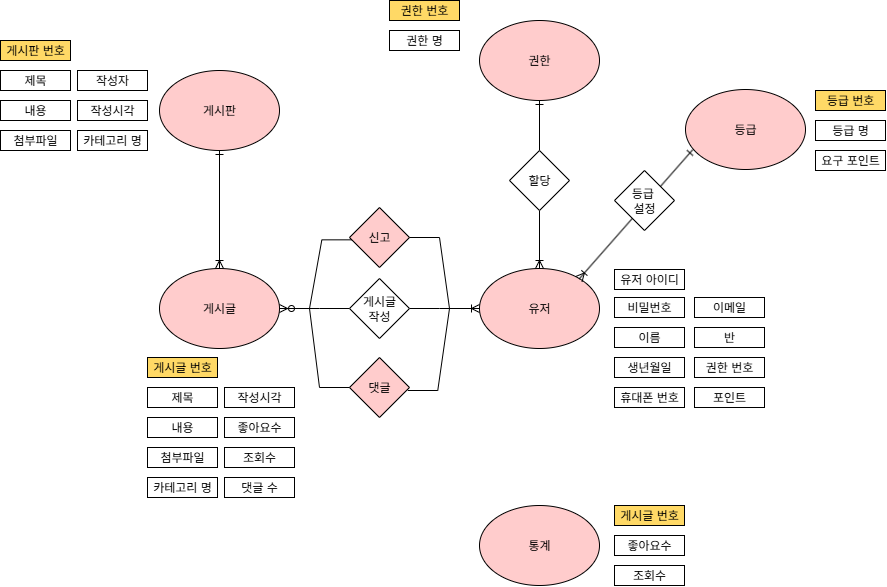
This is JSP게시판프로젝트/ERD/개념적모델링.drawio.png from DarkLight0418/Chunjae_IT_BootCamp, a draw.io export, as it was before one commit. Source tidied: cells renumbered, new cells last; positions are measured from the earlier drawing's top-left corner, leaving out a move shared by most shapes.
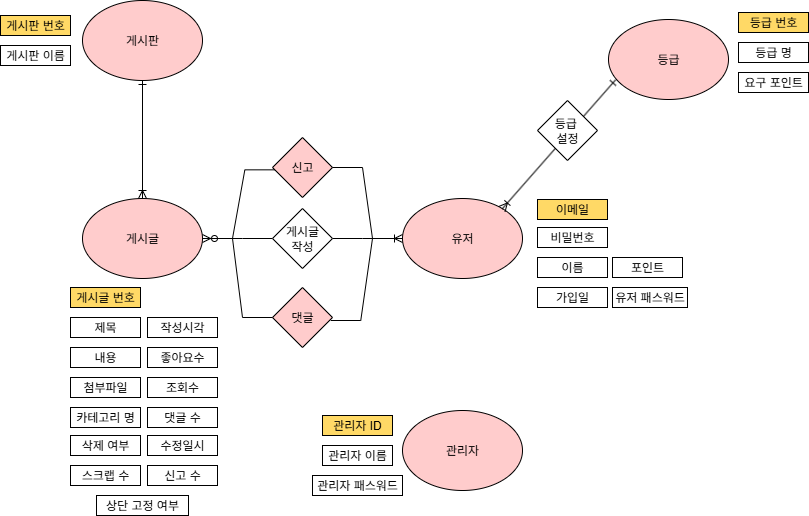
Above is the later version.

Change to the diagram source:
```diff
@@ -3,64 +3,43 @@
     <mxCell id="0" />
     <mxCell id="1" parent="0" />
     <mxCell id="2" value="등급 번호" style="rounded=0;whiteSpace=wrap;html=1;fillColor=#FFD966;" parent="1" vertex="1">
-      <mxGeometry x="815" y="90" width="70" height="20" as="geometry" />
+      <mxGeometry x="815" y="82" width="70" height="20" as="geometry" />
     </mxCell>
     <mxCell id="3" value="등급 명" style="rounded=0;whiteSpace=wrap;html=1;" parent="1" vertex="1">
-      <mxGeometry x="815" y="120" width="70" height="20" as="geometry" />
+      <mxGeometry x="815" y="112" width="70" height="20" as="geometry" />
     </mxCell>
     <mxCell id="4" value="요구 포인트" style="rounded=0;whiteSpace=wrap;html=1;" parent="1" vertex="1">
-      <mxGeometry x="815" y="150" width="70" height="20" as="geometry" />
+      <mxGeometry x="815" y="142" width="70" height="20" as="geometry" />
     </mxCell>
     <mxCell id="5" value="등급" style="ellipse;whiteSpace=wrap;html=1;fillColor=#FFCCCC;" parent="1" vertex="1">
       <mxGeometry x="685" y="89" width="120" height="80" as="geometry" />
     </mxCell>
-    <mxCell id="6" value="작성자" style="rounded=0;whiteSpace=wrap;html=1;" parent="1" vertex="1">
-      <mxGeometry x="77" y="70" width="70" height="20" as="geometry" />
-    </mxCell>
     <mxCell id="7" value="게시판" style="ellipse;whiteSpace=wrap;html=1;fillColor=#FFCCCC;" parent="1" vertex="1">
       <mxGeometry x="159" y="70" width="120" height="80" as="geometry" />
     </mxCell>
-    <mxCell id="8" value="제목" style="rounded=0;whiteSpace=wrap;html=1;" parent="1" vertex="1">
-      <mxGeometry y="70" width="70" height="20" as="geometry" />
+    <mxCell id="8" value="게시판 이름" style="rounded=0;whiteSpace=wrap;html=1;" parent="1" vertex="1">
+      <mxGeometry x="77" y="115" width="70" height="20" as="geometry" />
     </mxCell>
-    <mxCell id="9" value="내용" style="rounded=0;whiteSpace=wrap;html=1;" parent="1" vertex="1">
-      <mxGeometry y="100" width="70" height="20" as="geometry" />
-    </mxCell>
-    <mxCell id="10" value="작성시각" style="rounded=0;whiteSpace=wrap;html=1;" parent="1" vertex="1">
-      <mxGeometry x="77" y="100" width="70" height="20" as="geometry" />
-    </mxCell>
-    <mxCell id="11" value="카테고리 명" style="rounded=0;whiteSpace=wrap;html=1;" parent="1" vertex="1">
-      <mxGeometry x="77" y="130" width="70" height="20" as="geometry" />
-    </mxCell>
-    <mxCell id="12" value="첨부파일" style="rounded=0;whiteSpace=wrap;html=1;" parent="1" vertex="1">
-      <mxGeometry y="130" width="70" height="20" as="geometry" />
-    </mxCell>
     <mxCell id="13" value="게시판 번호" style="rounded=0;whiteSpace=wrap;html=1;fillColor=#FFD966;" parent="1" vertex="1">
-      <mxGeometry y="40" width="70" height="20" as="geometry" />
+      <mxGeometry x="77" y="85" width="70" height="20" as="geometry" />
     </mxCell>
     <mxCell id="14" value="유저" style="ellipse;whiteSpace=wrap;html=1;fillColor=#FFCCCC;" parent="1" vertex="1">
       <mxGeometry x="479" y="268" width="120" height="80" as="geometry" />
     </mxCell>
-    <mxCell id="15" value="유저 아이디" style="rounded=0;whiteSpace=wrap;html=1;" parent="1" vertex="1">
+    <mxCell id="15" value="이메일" style="rounded=0;whiteSpace=wrap;html=1;fillColor=#FFD966;" parent="1" vertex="1">
       <mxGeometry x="614" y="269" width="70" height="20" as="geometry" />
     </mxCell>
     <mxCell id="16" value="비밀번호" style="rounded=0;whiteSpace=wrap;html=1;" parent="1" vertex="1">
       <mxGeometry x="614" y="297" width="70" height="20" as="geometry" />
     </mxCell>
-    <mxCell id="17" value="생년월일" style="rounded=0;whiteSpace=wrap;html=1;" parent="1" vertex="1">
-      <mxGeometry x="614" y="357" width="70" height="20" as="geometry" />
+    <mxCell id="17" value="유저 패스워드" style="rounded=0;whiteSpace=wrap;html=1;" parent="1" vertex="1">
+      <mxGeometry x="689" y="357" width="75" height="20" as="geometry" />
     </mxCell>
-    <mxCell id="18" value="휴대폰 번호" style="rounded=0;whiteSpace=wrap;html=1;" parent="1" vertex="1">
-      <mxGeometry x="614" y="387" width="70" height="20" as="geometry" />
+    <mxCell id="18" value="가입일" style="rounded=0;whiteSpace=wrap;html=1;" parent="1" vertex="1">
+      <mxGeometry x="614" y="357" width="70" height="20" as="geometry" />
     </mxCell>
-    <mxCell id="19" value="권한 번호" style="rounded=0;whiteSpace=wrap;html=1;" parent="1" vertex="1">
-      <mxGeometry x="694" y="357" width="70" height="20" as="geometry" />
-    </mxCell>
-    <mxCell id="20" value="이메일" style="rounded=0;whiteSpace=wrap;html=1;" parent="1" vertex="1">
-      <mxGeometry x="694" y="297" width="70" height="20" as="geometry" />
-    </mxCell>
     <mxCell id="21" value="포인트" style="rounded=0;whiteSpace=wrap;html=1;" parent="1" vertex="1">
-      <mxGeometry x="694" y="387" width="70" height="20" as="geometry" />
+      <mxGeometry x="689" y="327" width="70" height="20" as="geometry" />
     </mxCell>
     <mxCell id="22" value="게시글 번호" style="rounded=0;whiteSpace=wrap;html=1;fillColor=#FFD966;" parent="1" vertex="1">
       <mxGeometry x="147" y="357" width="70" height="20" as="geometry" />
@@ -95,14 +74,14 @@
     <mxCell id="32" style="edgeStyle=entityRelationEdgeStyle;fontSize=12;html=1;endArrow=ERoneToMany;startArrow=none;rounded=0;entryX=0;entryY=0.5;entryDx=0;entryDy=0;startFill=0;" parent="1" edge="1" source="37" target="14">
       <mxGeometry relative="1" as="geometry" />
     </mxCell>
-    <mxCell id="33" value="권한" style="ellipse;whiteSpace=wrap;html=1;fillColor=#FFCCCC;" parent="1" vertex="1">
-      <mxGeometry x="479" y="20" width="120" height="80" as="geometry" />
+    <mxCell id="33" value="관리자" style="ellipse;whiteSpace=wrap;html=1;fillColor=#FFCCCC;" parent="1" vertex="1">
+      <mxGeometry x="479" y="480" width="120" height="80" as="geometry" />
     </mxCell>
-    <mxCell id="34" value="권한 번호" style="rounded=0;whiteSpace=wrap;html=1;fillColor=#FFD966;" parent="1" vertex="1">
-      <mxGeometry x="389" width="70" height="20" as="geometry" />
+    <mxCell id="34" value="관리자 ID" style="rounded=0;whiteSpace=wrap;html=1;fillColor=#FFD966;" parent="1" vertex="1">
+      <mxGeometry x="399" y="485" width="70" height="20" as="geometry" />
     </mxCell>
-    <mxCell id="35" value="권한 명" style="rounded=0;whiteSpace=wrap;html=1;" parent="1" vertex="1">
-      <mxGeometry x="389" y="30" width="70" height="20" as="geometry" />
+    <mxCell id="35" value="관리자 이름" style="rounded=0;whiteSpace=wrap;html=1;" parent="1" vertex="1">
+      <mxGeometry x="399" y="515" width="70" height="20" as="geometry" />
     </mxCell>
     <mxCell id="36" style="edgeStyle=entityRelationEdgeStyle;fontSize=12;html=1;endArrow=none;startArrow=ERzeroToMany;rounded=0;endFill=0;" parent="1" edge="1" source="31" target="37">
       <mxGeometry relative="1" as="geometry" />
@@ -116,15 +95,6 @@
     <mxCell id="39" value="댓글" style="rhombus;whiteSpace=wrap;html=1;fillColor=#FFCCCC;" parent="1" vertex="1">
       <mxGeometry x="349" y="357" width="60" height="60" as="geometry" />
     </mxCell>
-    <mxCell id="40" style="fontSize=12;html=1;endArrow=ERone;startArrow=none;rounded=0;endFill=0;startFill=0;" parent="1" edge="1" source="42" target="33">
-      <mxGeometry relative="1" as="geometry" />
-    </mxCell>
-    <mxCell id="41" style="fontSize=12;html=1;endArrow=none;startArrow=ERoneToMany;rounded=0;endFill=0;startFill=0;exitX=0.5;exitY=0;exitDx=0;exitDy=0;" parent="1" edge="1" source="14" target="42">
-      <mxGeometry relative="1" as="geometry" />
-    </mxCell>
-    <mxCell id="42" value="할당" style="rhombus;whiteSpace=wrap;html=1;direction=south;" parent="1" vertex="1">
-      <mxGeometry x="509" y="150" width="60" height="60" as="geometry" />
-    </mxCell>
     <mxCell id="43" style="fontSize=12;html=1;endArrow=ERone;endFill=0;rounded=0;startArrow=ERoneToMany;startFill=0;entryX=0.059;entryY=0.755;entryDx=0;entryDy=0;entryPerimeter=0;exitX=0.83;exitY=0.131;exitDx=0;exitDy=0;exitPerimeter=0;" parent="1" edge="1" source="14" target="5">
       <mxGeometry relative="1" as="geometry" />
     </mxCell>
@@ -134,9 +104,6 @@
     <mxCell id="45" value="이름" style="rounded=0;whiteSpace=wrap;html=1;" parent="1" vertex="1">
       <mxGeometry x="614" y="327" width="70" height="20" as="geometry" />
     </mxCell>
-    <mxCell id="46" value="반" style="rounded=0;whiteSpace=wrap;html=1;" parent="1" vertex="1">
-      <mxGeometry x="694" y="327" width="70" height="20" as="geometry" />
-    </mxCell>
     <mxCell id="47" style="fontSize=12;html=1;endArrow=ERone;endFill=0;rounded=0;startArrow=ERoneToMany;startFill=0;" parent="1" edge="1" source="31" target="7">
       <mxGeometry relative="1" as="geometry" />
     </mxCell>
@@ -154,17 +121,23 @@
     <mxCell id="51" style="edgeStyle=entityRelationEdgeStyle;fontSize=12;html=1;endArrow=none;endFill=0;rounded=0;" parent="1" edge="1" source="31" target="39">
       <mxGeometry relative="1" as="geometry" />
     </mxCell>
-    <mxCell id="52" value="통계" style="ellipse;whiteSpace=wrap;html=1;fillColor=#FFCCCC;" parent="1" vertex="1">
-      <mxGeometry x="479" y="505" width="120" height="80" as="geometry" />
-    </mxCell>
-    <mxCell id="53" value="게시글 번호" style="rounded=0;whiteSpace=wrap;html=1;fillColor=#FFD966;" parent="1" vertex="1">
-      <mxGeometry x="614" y="505" width="70" height="20" as="geometry" />
-    </mxCell>
-    <mxCell id="54" value="좋아요수" style="rounded=0;whiteSpace=wrap;html=1;" parent="1" vertex="1">
-      <mxGeometry x="614" y="535" width="70" height="20" as="geometry" />
-    </mxCell>
-    <mxCell id="55" value="조회수" style="rounded=0;whiteSpace=wrap;html=1;" parent="1" vertex="1">
-      <mxGeometry x="614" y="565" width="70" height="20" as="geometry" />
-    </mxCell>
+    <mxCell id="56" value="삭제 여부" style="rounded=0;whiteSpace=wrap;html=1;" parent="1" vertex="1">
+      <mxGeometry x="147" y="505" width="70" height="20" as="geometry" />
+    </mxCell>
+    <mxCell id="57" value="수정일시" style="rounded=0;whiteSpace=wrap;html=1;" parent="1" vertex="1">
+      <mxGeometry x="224" y="505" width="70" height="20" as="geometry" />
+    </mxCell>
+    <mxCell id="58" value="스크랩 수" style="rounded=0;whiteSpace=wrap;html=1;" parent="1" vertex="1">
+      <mxGeometry x="147" y="535" width="70" height="20" as="geometry" />
+    </mxCell>
+    <mxCell id="59" value="신고 수" style="rounded=0;whiteSpace=wrap;html=1;" parent="1" vertex="1">
+      <mxGeometry x="224" y="535" width="70" height="20" as="geometry" />
+    </mxCell>
+    <mxCell id="60" value="상단 고정 여부" style="rounded=0;whiteSpace=wrap;html=1;" parent="1" vertex="1">
+      <mxGeometry x="173" y="565" width="92" height="20" as="geometry" />
+    </mxCell>
+    <mxCell id="61" value="관리자 패스워드" style="rounded=0;whiteSpace=wrap;html=1;" parent="1" vertex="1">
+      <mxGeometry x="389" y="545" width="90" height="20" as="geometry" />
+    </mxCell>
   </root>
 </mxGraphModel>
```
